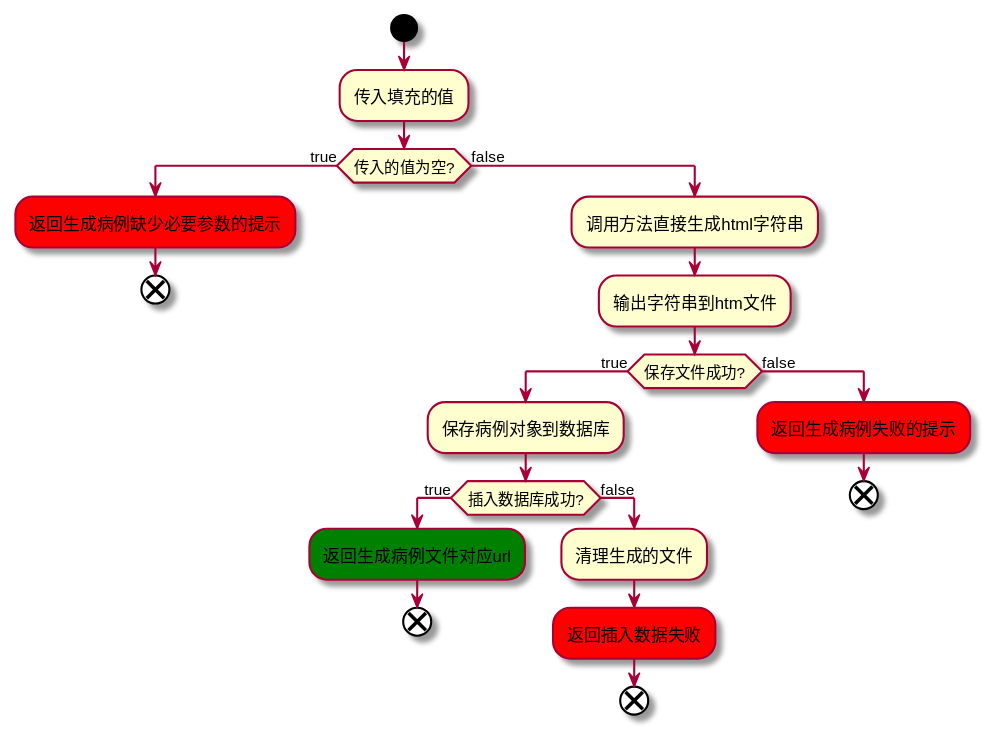
The PlantUML diagram service/img/generate-medical-activity.svg in TMSxH2O/demo_hospital_project, before a commit. Source of this version:
```plantuml
@startuml generate-medical-activity
start
:传入填充的值;
if (传入的值为空?) then (true)
    #Red:返回生成病例缺少必要参数的提示;
    end
else (false)
    :调用方法直接生成html字符串;
    :输出字符串到htm文件;
    if (保存文件成功?) then (true)
        :保存病例对象到数据库;
        if (插入数据库成功?) then (true)
            #Green:返回生成病例文件对应url;
            end
        else (false)
            :清理生成的文件;
            #Red:返回插入数据失败;
            end
        endif
    else (false)
        #Red:返回生成病例失败的提示;
        end
    endif
endif
@enduml
```
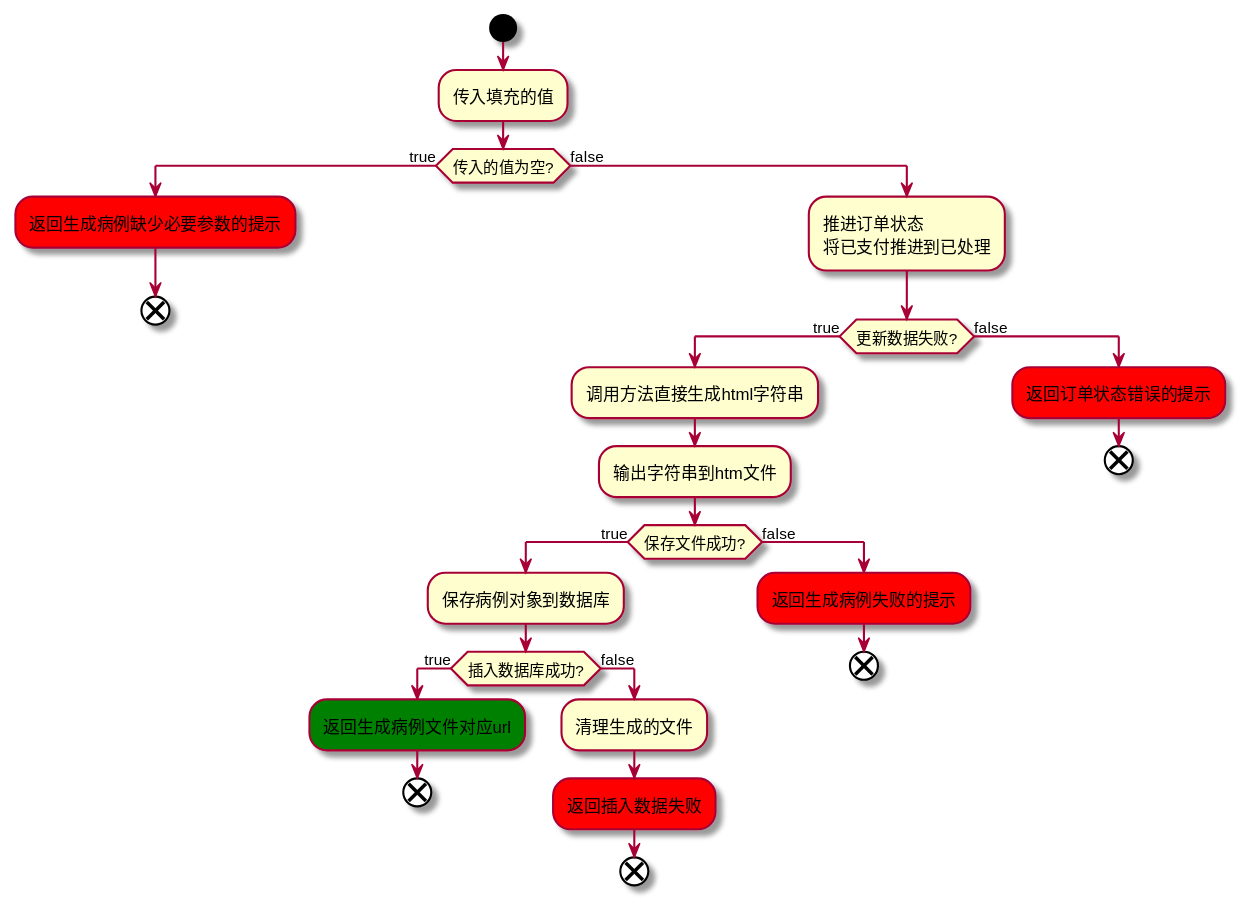
The same file after the commit.

Diff of the diagram source:
```diff
@@ -5,20 +5,26 @@
     #Red:返回生成病例缺少必要参数的提示;
     end
 else (false)
-    :调用方法直接生成html字符串;
-    :输出字符串到htm文件;
-    if (保存文件成功?) then (true)
-        :保存病例对象到数据库;
-        if (插入数据库成功?) then (true)
-            #Green:返回生成病例文件对应url;
-            end
+    :推进订单状态\n将已支付推进到已处理;
+    if (更新数据失败?) then (true)
+        :调用方法直接生成html字符串;
+        :输出字符串到htm文件;
+        if (保存文件成功?) then (true)
+            :保存病例对象到数据库;
+            if (插入数据库成功?) then (true)
+                #Green:返回生成病例文件对应url;
+                end
+            else (false)
+                :清理生成的文件;
+                #Red:返回插入数据失败;
+                end
+            endif
         else (false)
-            :清理生成的文件;
-            #Red:返回插入数据失败;
+            #Red:返回生成病例失败的提示;
             end
         endif
     else (false)
-        #Red:返回生成病例失败的提示;
+        #Red:返回订单状态错误的提示;
         end
     endif
 endif
```
